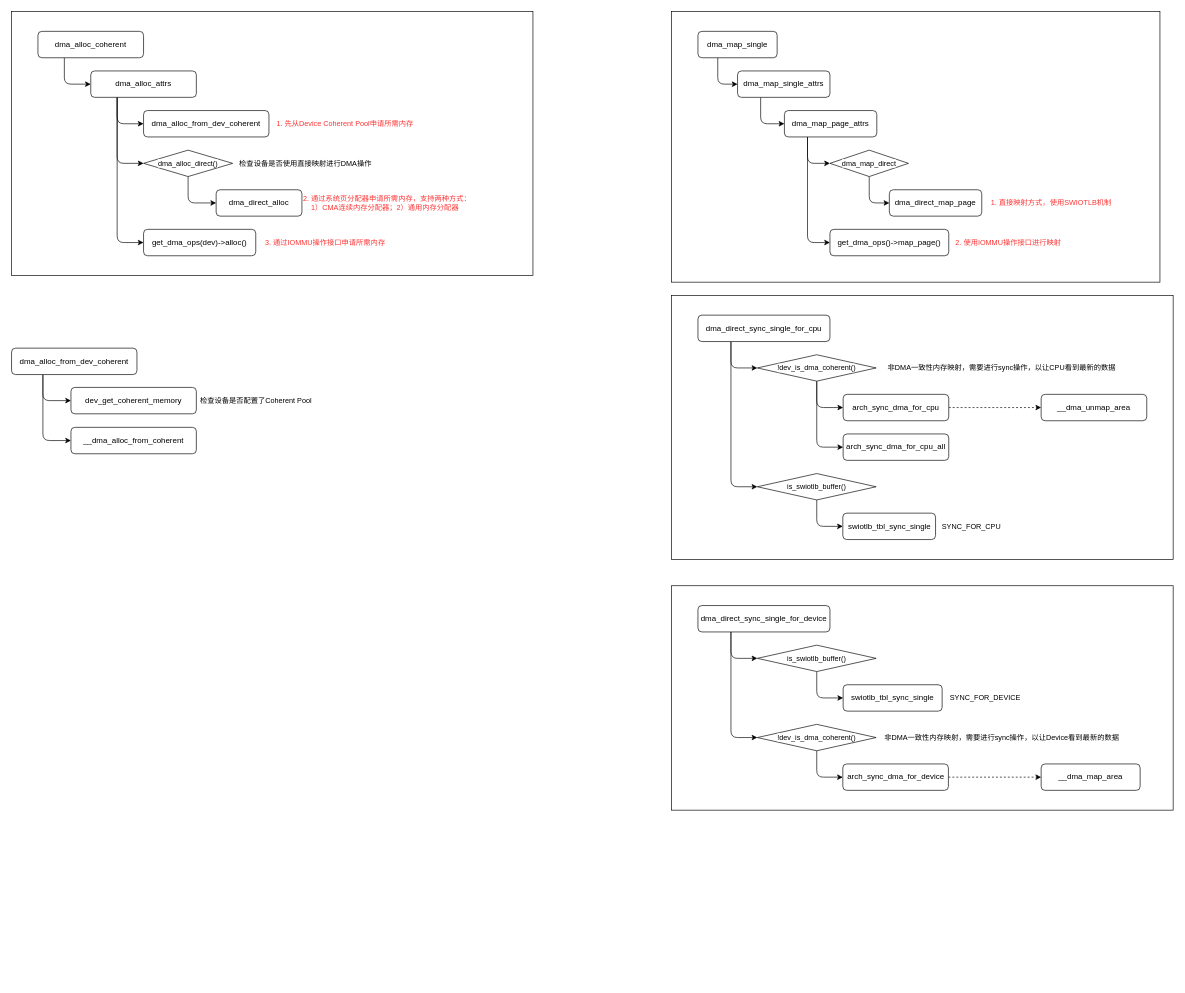
The draw.io diagram page "DMA" (1 of 4) of linux/linux-driver.drawio in Aspiresky/draw.io, before the edit. Source tidied: cells renumbered, new cells numbered last; positions are measured from the earlier drawing's top-left corner, leaving out a move shared by most shapes. Both pictures are drawn from the tidied source at 66%, with x=0, y=0 at pixel (11, 11).
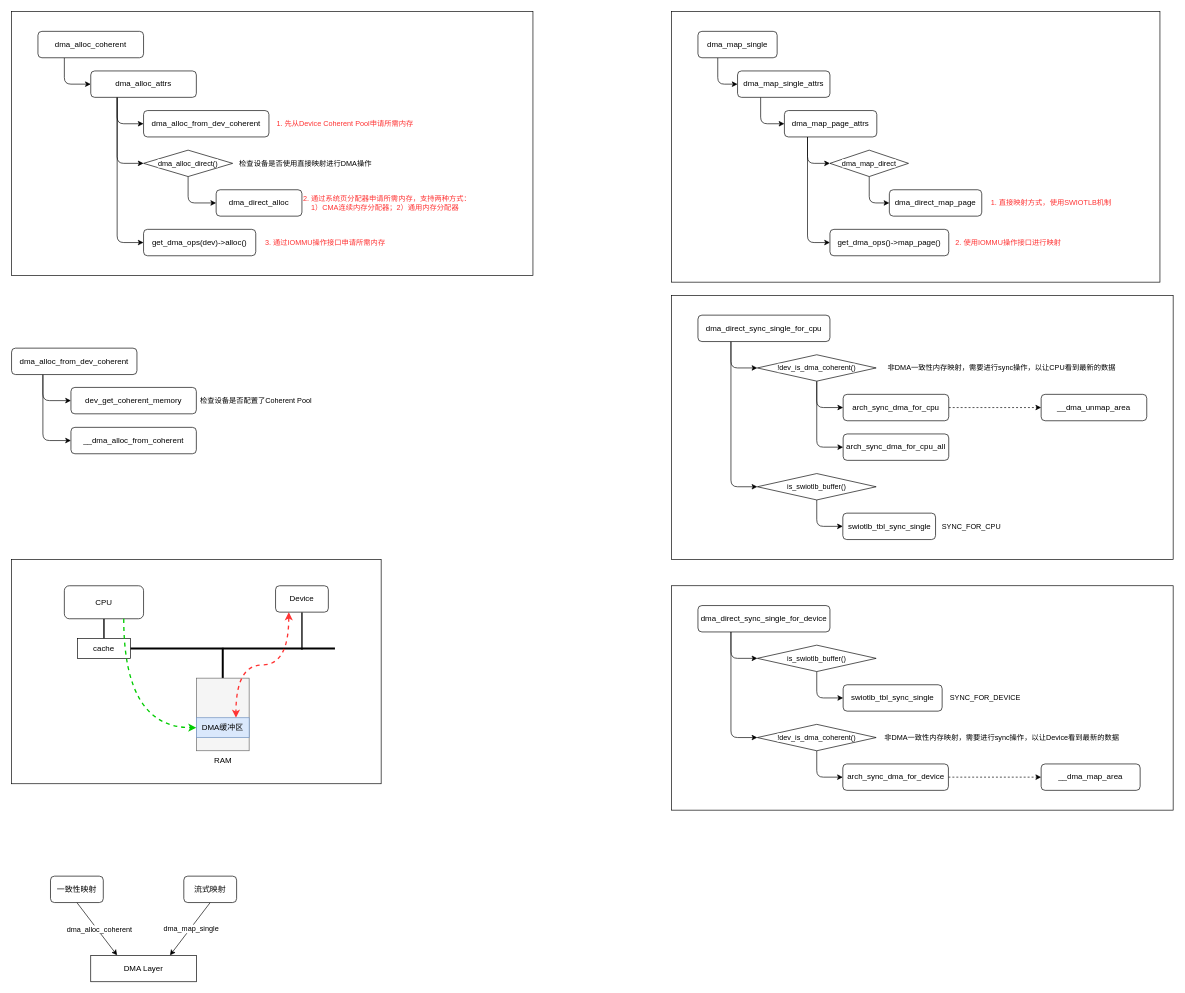
After the change.

The edit, as a diff of the source:
```diff
@@
+    <mxCell id="68" style="rounded=0;whiteSpace=wrap;html=1;" parent="1" vertex="1">
+      <mxGeometry y="830" width="560" height="340" as="geometry" />
+    </mxCell>
+    <mxCell id="69" style="edgeStyle=orthogonalEdgeStyle;rounded=0;jettySize=auto;html=1;entryX=0.5;entryY=0;entryDx=0;entryDy=0;endArrow=none;endFill=0;strokeWidth=2;" parent="1" edge="1" source="70" target="72">
+      <mxGeometry relative="1" as="geometry" />
+    </mxCell>
+    <mxCell id="70" value="CPU" style="rounded=1;whiteSpace=wrap;html=1;verticalAlign=middle;" parent="1" vertex="1">
+      <mxGeometry x="80" y="870" width="120" height="50" as="geometry" />
+    </mxCell>
+    <mxCell id="71" style="edgeStyle=orthogonalEdgeStyle;rounded=0;jettySize=auto;html=1;exitX=1;exitY=0.5;exitDx=0;exitDy=0;strokeWidth=3;endArrow=none;endFill=0;" parent="1" edge="1" source="72">
+      <mxGeometry relative="1" as="geometry">
+        <mxPoint x="490" y="965" as="targetPoint" />
+      </mxGeometry>
+    </mxCell>
+    <mxCell id="72" value="cache" style="rounded=0;whiteSpace=wrap;html=1;" parent="1" vertex="1">
+      <mxGeometry x="100" y="950" width="80" height="30" as="geometry" />
+    </mxCell>
+    <mxCell id="73" style="edgeStyle=orthogonalEdgeStyle;rounded=0;jettySize=auto;html=1;exitX=0.5;exitY=0;exitDx=0;exitDy=0;endArrow=none;endFill=0;strokeWidth=3;" parent="1" edge="1" source="74">
+      <mxGeometry relative="1" as="geometry">
+        <mxPoint x="320" y="964" as="targetPoint" />
+      </mxGeometry>
+    </mxCell>
+    <mxCell id="74" style="rounded=0;whiteSpace=wrap;html=1;fillColor=#f5f5f5;strokeColor=#666666;fontColor=#333333;" parent="1" vertex="1">
+      <mxGeometry x="280" y="1010" width="80" height="110" as="geometry" />
+    </mxCell>
+    <mxCell id="75" style="edgeStyle=orthogonalEdgeStyle;rounded=1;jettySize=auto;html=1;exitX=0.25;exitY=1;exitDx=0;exitDy=0;entryX=0.75;entryY=0;entryDx=0;entryDy=0;curved=1;startArrow=classic;startFill=1;dashed=1;strokeWidth=2;strokeColor=#FF3333;" parent="1" edge="1" source="78" target="76">
+      <mxGeometry relative="1" as="geometry" />
+    </mxCell>
+    <mxCell id="76" value="DMA缓冲区" style="rounded=0;whiteSpace=wrap;html=1;fillColor=#dae8fc;strokeColor=#6c8ebf;" parent="1" vertex="1">
+      <mxGeometry x="280" y="1070" width="80" height="30" as="geometry" />
+    </mxCell>
+    <mxCell id="77" style="edgeStyle=orthogonalEdgeStyle;rounded=0;jettySize=auto;html=1;exitX=0.5;exitY=1;exitDx=0;exitDy=0;endArrow=none;endFill=0;strokeWidth=2;" parent="1" edge="1" source="78">
+      <mxGeometry relative="1" as="geometry">
+        <mxPoint x="440" y="967" as="targetPoint" />
+      </mxGeometry>
+    </mxCell>
+    <mxCell id="78" value="Device" style="rounded=1;whiteSpace=wrap;html=1;" parent="1" vertex="1">
+      <mxGeometry x="400" y="870" width="80" height="40" as="geometry" />
+    </mxCell>
+    <mxCell id="79" value="RAM" style="text;html=1;align=center;verticalAlign=middle;strokeColor=none;fillColor=none;" parent="1" vertex="1">
+      <mxGeometry x="295" y="1120" width="50" height="30" as="geometry" />
+    </mxCell>
+    <mxCell id="80" style="edgeStyle=orthogonalEdgeStyle;rounded=0;jettySize=auto;html=1;curved=1;exitX=0.75;exitY=1;exitDx=0;exitDy=0;entryX=0;entryY=0.5;entryDx=0;entryDy=0;dashed=1;strokeColor=#00CC00;strokeWidth=2;" parent="1" edge="1" source="70" target="76">
+      <mxGeometry relative="1" as="geometry">
+        <Array as="points">
+          <mxPoint x="170" y="1085" />
+        </Array>
+      </mxGeometry>
+    </mxCell>
+    <mxCell id="81" value="DMA Layer" style="rounded=0;whiteSpace=wrap;html=1;" parent="1" vertex="1">
+      <mxGeometry x="120" y="1430" width="160" height="40" as="geometry" />
+    </mxCell>
+    <mxCell id="82" style="rounded=0;jettySize=auto;html=1;exitX=0.5;exitY=1;exitDx=0;exitDy=0;entryX=0.25;entryY=0;entryDx=0;entryDy=0;" parent="1" edge="1" source="84" target="81">
+      <mxGeometry relative="1" as="geometry" />
+    </mxCell>
+    <mxCell id="83" value="dma_alloc_coherent" style="edgeLabel;html=1;align=center;verticalAlign=middle;" parent="82" vertex="1">
+      <mxGeometry x="-0.3" y="1" relative="1" as="geometry">
+        <mxPoint x="11" y="13" as="offset" />
+      </mxGeometry>
+    </mxCell>
+    <mxCell id="84" value="一致性映射" style="rounded=1;whiteSpace=wrap;html=1;" parent="1" vertex="1">
+      <mxGeometry x="59" y="1310" width="80" height="40" as="geometry" />
+    </mxCell>
+    <mxCell id="85" style="rounded=0;jettySize=auto;html=1;exitX=0.5;exitY=1;exitDx=0;exitDy=0;entryX=0.75;entryY=0;entryDx=0;entryDy=0;" parent="1" edge="1" source="87" target="81">
+      <mxGeometry relative="1" as="geometry" />
+    </mxCell>
+    <mxCell id="86" value="dma_map_single" style="edgeLabel;html=1;align=center;verticalAlign=middle;" parent="85" vertex="1">
+      <mxGeometry x="-0.38" y="-2" relative="1" as="geometry">
+        <mxPoint x="-9" y="16" as="offset" />
+      </mxGeometry>
+    </mxCell>
+    <mxCell id="87" value="流式映射" style="rounded=1;whiteSpace=wrap;html=1;" parent="1" vertex="1">
+      <mxGeometry x="261" y="1310" width="80" height="40" as="geometry" />
+    </mxCell>
```
